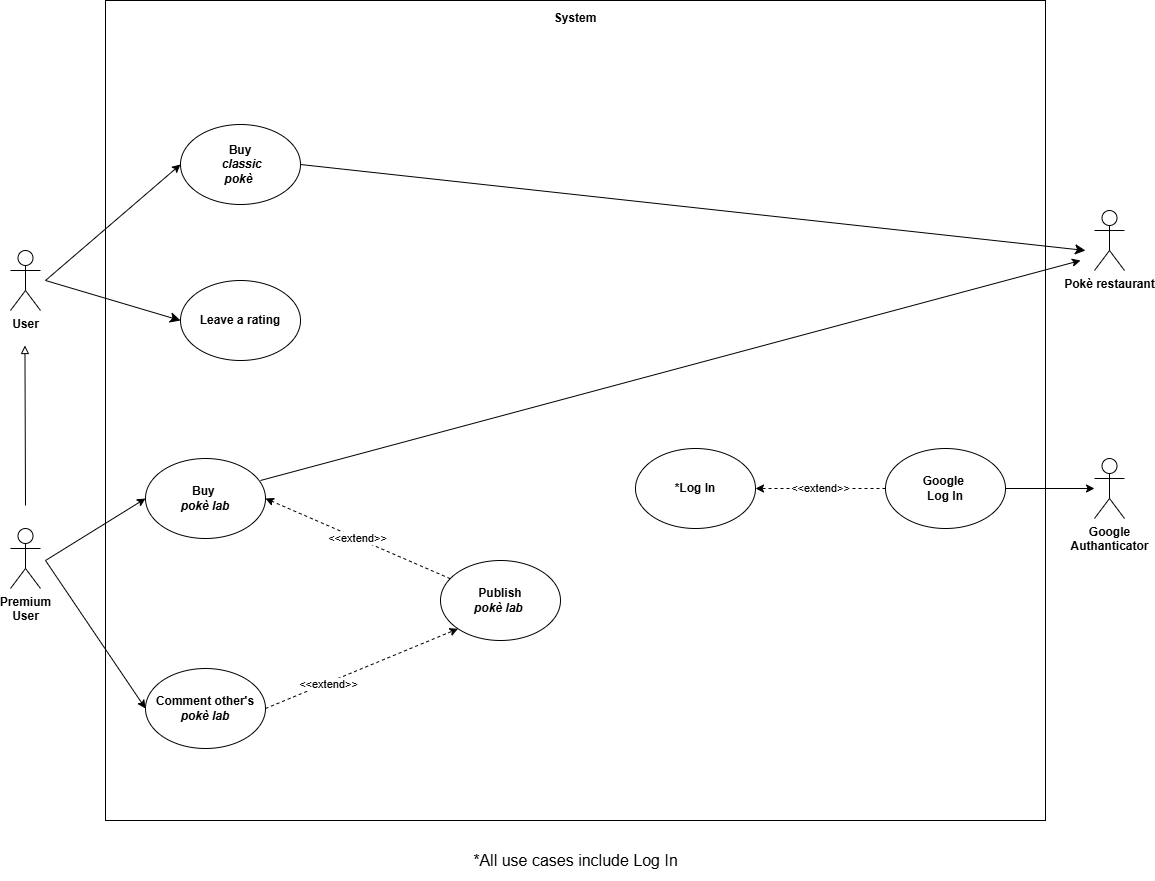
This is diagrams/UseCaseDiagram.drawio.png from matteopinfildi/ISPW-Project, a draw.io export, as it was before one commit. Source tidied: cells renumbered, new cells last; positions are measured from the earlier drawing's top-left corner, leaving out a move shared by most shapes.
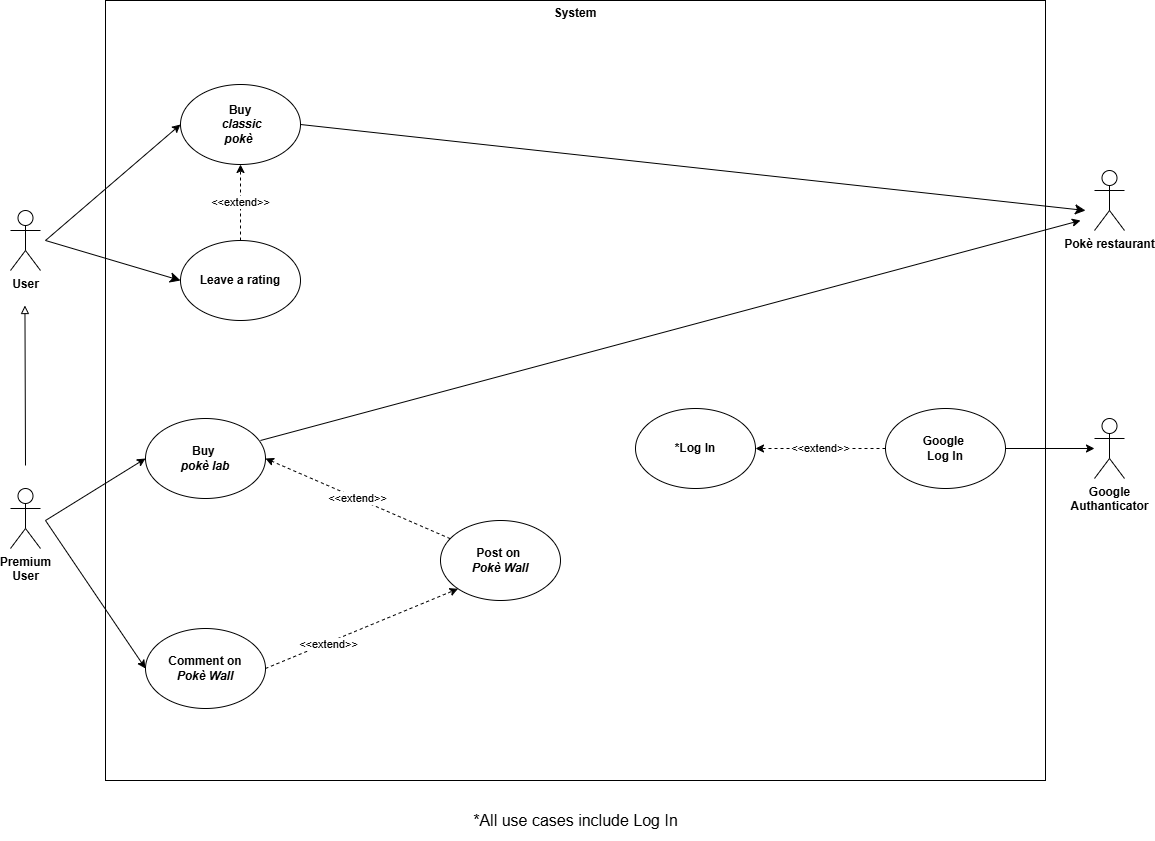
Later version of the same file.

Change to the diagram source:
```diff
@@ -3,7 +3,7 @@
     <mxCell id="0" />
     <mxCell id="1" parent="0" />
     <mxCell id="2" style="rounded=0;whiteSpace=wrap;html=1;" parent="1" vertex="1">
-      <mxGeometry x="95" width="940" height="820" as="geometry" />
+      <mxGeometry x="95" y="40" width="940" height="780" as="geometry" />
     </mxCell>
     <mxCell id="3" style="edgeStyle=none;curved=1;rounded=0;jettySize=auto;html=1;entryX=0;entryY=0.5;entryDx=0;entryDy=0;fontSize=12;startSize=8;endSize=8;" parent="1" edge="1" target="19">
       <mxGeometry relative="1" as="geometry">
@@ -47,9 +47,9 @@
       <mxGeometry relative="1" as="geometry" />
     </mxCell>
     <mxCell id="14" value="&lt;b&gt;System&lt;/b&gt;&lt;div&gt;&lt;br&gt;&lt;/div&gt;" style="text;html=1;align=center;verticalAlign=middle;whiteSpace=wrap;rounded=0;" parent="1" vertex="1">
-      <mxGeometry x="535" y="10" width="60" height="30" as="geometry" />
+      <mxGeometry x="535" y="45" width="60" height="30" as="geometry" />
     </mxCell>
-    <mxCell id="15" value="&lt;b&gt;Comment other's&lt;/b&gt;&lt;div&gt;&lt;b&gt;&lt;i&gt;pokè lab&lt;/i&gt;&lt;/b&gt;&lt;/div&gt;" style="ellipse;whiteSpace=wrap;html=1;" parent="1" vertex="1">
+    <mxCell id="15" value="&lt;b&gt;Comment on&lt;/b&gt;&lt;div&gt;&lt;b&gt;&lt;i&gt;Pokè Wall&lt;/i&gt;&lt;/b&gt;&lt;/div&gt;" style="ellipse;whiteSpace=wrap;html=1;" parent="1" vertex="1">
       <mxGeometry x="135" y="668" width="120" height="80" as="geometry" />
     </mxCell>
     <mxCell id="16" style="endArrow=classic;html=1;rounded=0;entryX=0;entryY=0.5;entryDx=0;entryDy=0;" parent="1" edge="1" target="15">
@@ -57,7 +57,7 @@
         <mxPoint x="35" y="560" as="sourcePoint" />
       </mxGeometry>
     </mxCell>
-    <mxCell id="17" value="&lt;b&gt;Publish&lt;/b&gt;&lt;div&gt;&lt;b&gt;&lt;i&gt;pokè lab&lt;/i&gt;&amp;nbsp;&lt;/b&gt;&lt;/div&gt;" style="ellipse;whiteSpace=wrap;html=1;" parent="1" vertex="1">
+    <mxCell id="17" value="&lt;b&gt;Post on&amp;nbsp;&lt;/b&gt;&lt;div&gt;&lt;b&gt;&lt;i&gt;Pokè Wall&lt;/i&gt;&lt;/b&gt;&lt;/div&gt;" style="ellipse;whiteSpace=wrap;html=1;" parent="1" vertex="1">
       <mxGeometry x="430" y="560" width="120" height="80" as="geometry" />
     </mxCell>
     <mxCell id="18" value="&amp;lt;&amp;lt;extend&amp;gt;&amp;gt;" style="endArrow=classic;html=1;rounded=0;entryX=1;entryY=0.5;entryDx=0;entryDy=0;dashed=1;" parent="1" edge="1" source="17" target="7">
@@ -92,5 +92,8 @@
         <mxPoint x="1070" y="260" as="targetPoint" />
       </mxGeometry>
     </mxCell>
+    <mxCell id="27" value="&amp;lt;&amp;lt;extend&amp;gt;&amp;gt;" style="endArrow=classic;html=1;rounded=0;entryX=0.5;entryY=1;entryDx=0;entryDy=0;dashed=1;exitX=0.5;exitY=0;exitDx=0;exitDy=0;" parent="1" edge="1" source="19" target="10">
+      <mxGeometry relative="1" as="geometry" />
+    </mxCell>
   </root>
 </mxGraphModel>
```
